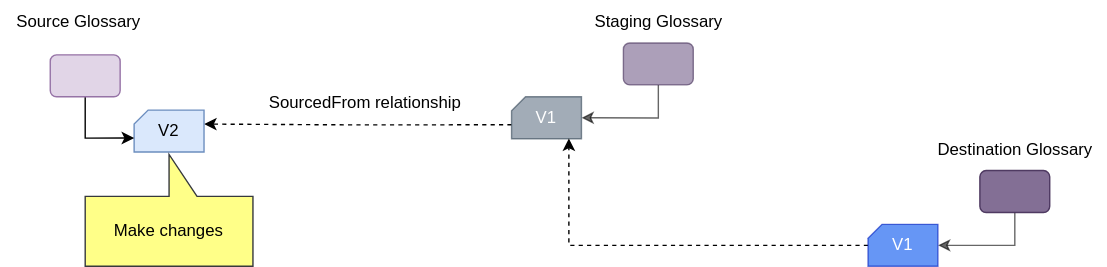
Earlier version of the draw.io export site/docs/services/omvs/glossary-workflow/rolling-staging-glossary-4.svg (odpi/egeria-docs). Source tidied: cells renumbered, new cells last; positions are measured from the earlier drawing's top-left corner, leaving out a move shared by most shapes. The source it was exported from:
```xml
<mxGraphModel>
  <root>
    <mxCell id="0" />
    <mxCell id="1" parent="0" />
    <mxCell id="2" style="edgeStyle=orthogonalEdgeStyle;rounded=0;jettySize=auto;html=1;exitX=0.5;exitY=1;exitDx=0;exitDy=0;entryX=1;entryY=0.5;entryDx=0;entryDy=0;entryPerimeter=0;opacity=60;" parent="1" edge="1" source="3" target="5">
      <mxGeometry relative="1" as="geometry" />
    </mxCell>
    <mxCell id="3" style="rounded=1;whiteSpace=wrap;html=1;fillColor=#76608a;fontColor=#ffffff;strokeColor=#432D57;opacity=60;" parent="1" vertex="1">
      <mxGeometry x="445" y="30.2" width="50" height="30" as="geometry" />
    </mxCell>
    <mxCell id="4" style="edgeStyle=orthogonalEdgeStyle;rounded=0;jettySize=auto;html=1;exitX=0;exitY=0;exitDx=0;exitDy=20;exitPerimeter=0;dashed=1;" parent="1" edge="1" source="5">
      <mxGeometry relative="1" as="geometry">
        <mxPoint x="145" y="88.2" as="targetPoint" />
      </mxGeometry>
    </mxCell>
    <mxCell id="5" value="V1" style="shape=card;whiteSpace=wrap;html=1;size=10;fillColor=#647687;strokeColor=#314354;fontColor=#ffffff;opacity=60;" parent="1" vertex="1">
      <mxGeometry x="365" y="68.8" width="50" height="30" as="geometry" />
    </mxCell>
    <mxCell id="6" value="V2" style="shape=card;whiteSpace=wrap;html=1;size=10;fillColor=#dae8fc;strokeColor=#6c8ebf;" parent="1" vertex="1">
      <mxGeometry x="95" y="78.2" width="50" height="30" as="geometry" />
    </mxCell>
    <mxCell id="7" style="edgeStyle=orthogonalEdgeStyle;rounded=0;jettySize=auto;html=1;exitX=0.5;exitY=1;exitDx=0;exitDy=0;entryX=0;entryY=0;entryDx=0;entryDy=20;entryPerimeter=0;" parent="1" edge="1" source="8" target="6">
      <mxGeometry relative="1" as="geometry" />
    </mxCell>
    <mxCell id="8" style="rounded=1;whiteSpace=wrap;html=1;fillColor=#e1d5e7;strokeColor=#9673a6;" parent="1" vertex="1">
      <mxGeometry x="35" y="38.8" width="50" height="30" as="geometry" />
    </mxCell>
    <mxCell id="9" value="Source Glossary" style="text;html=1;align=center;verticalAlign=middle;strokeColor=none;fillColor=none;" parent="1" vertex="1">
      <mxGeometry y="0.2" width="110" height="30" as="geometry" />
    </mxCell>
    <mxCell id="10" value="Staging Glossary" style="text;html=1;align=center;verticalAlign=middle;strokeColor=none;fillColor=none;" parent="1" vertex="1">
      <mxGeometry x="415" y="0.2" width="110" height="30" as="geometry" />
    </mxCell>
    <mxCell id="11" value="SourcedFrom relationship" style="text;html=1;align=center;verticalAlign=middle;strokeColor=none;fillColor=none;" parent="1" vertex="1">
      <mxGeometry x="180" y="58.2" width="160" height="30" as="geometry" />
    </mxCell>
    <mxCell id="12" style="edgeStyle=orthogonalEdgeStyle;rounded=0;jettySize=auto;html=1;exitX=0.5;exitY=1;exitDx=0;exitDy=0;entryX=1;entryY=0.5;entryDx=0;entryDy=0;entryPerimeter=0;opacity=60;" parent="1" edge="1" source="13" target="15">
      <mxGeometry relative="1" as="geometry" />
    </mxCell>
    <mxCell id="13" style="rounded=1;whiteSpace=wrap;html=1;fillColor=#76608a;fontColor=#ffffff;strokeColor=#432D57;opacity=90;" parent="1" vertex="1">
      <mxGeometry x="700" y="121.5" width="50" height="30" as="geometry" />
    </mxCell>
    <mxCell id="14" style="edgeStyle=orthogonalEdgeStyle;rounded=0;jettySize=auto;html=1;dashed=1;entryX=0.82;entryY=0.992;entryDx=0;entryDy=0;entryPerimeter=0;" parent="1" edge="1" source="15" target="5">
      <mxGeometry relative="1" as="geometry" />
    </mxCell>
    <mxCell id="15" value="V1" style="shape=card;whiteSpace=wrap;html=1;size=10;fillColor=#0050ef;strokeColor=#001DBC;fontColor=#ffffff;opacity=60;" parent="1" vertex="1">
      <mxGeometry x="620" y="160" width="50" height="30" as="geometry" />
    </mxCell>
    <mxCell id="16" value="Destination Glossary" style="text;html=1;align=center;verticalAlign=middle;strokeColor=none;fillColor=none;" parent="1" vertex="1">
      <mxGeometry x="660" y="91.5" width="130" height="30" as="geometry" />
    </mxCell>
    <mxCell id="17" value="Make changes" style="shape=callout;whiteSpace=wrap;html=1;perimeter=calloutPerimeter;fillColor=#ffff88;strokeColor=#36393d;flipV=1;" parent="1" vertex="1">
      <mxGeometry x="60" y="110" width="120" height="80" as="geometry" />
    </mxCell>
  </root>
</mxGraphModel>
```
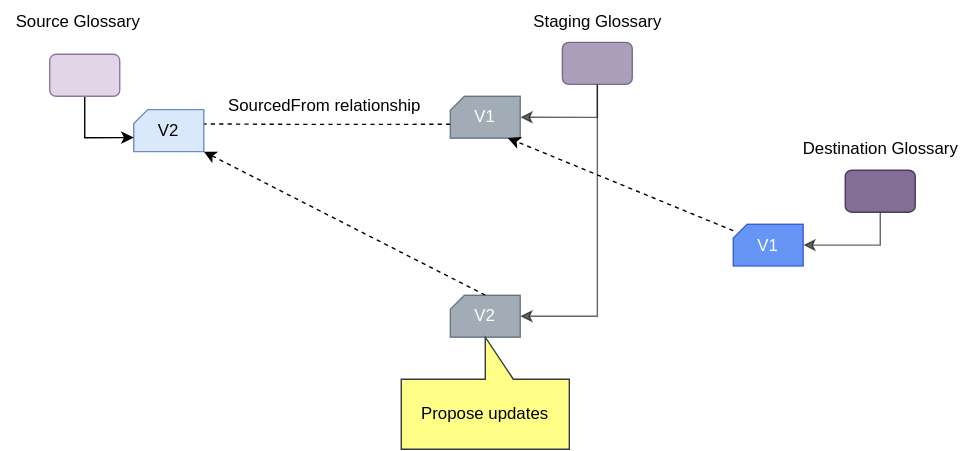
After the change.

Change to the diagram source:
```diff
@@ -6,51 +6,60 @@
       <mxGeometry relative="1" as="geometry" />
     </mxCell>
     <mxCell id="3" style="rounded=1;whiteSpace=wrap;html=1;fillColor=#76608a;fontColor=#ffffff;strokeColor=#432D57;opacity=60;" parent="1" vertex="1">
-      <mxGeometry x="445" y="30.2" width="50" height="30" as="geometry" />
+      <mxGeometry x="445" y="418.8" width="50" height="30" as="geometry" />
     </mxCell>
     <mxCell id="4" style="edgeStyle=orthogonalEdgeStyle;rounded=0;jettySize=auto;html=1;exitX=0;exitY=0;exitDx=0;exitDy=20;exitPerimeter=0;dashed=1;" parent="1" edge="1" source="5">
       <mxGeometry relative="1" as="geometry">
-        <mxPoint x="145" y="88.2" as="targetPoint" />
+        <mxPoint x="145" y="476.8" as="targetPoint" />
       </mxGeometry>
     </mxCell>
     <mxCell id="5" value="V1" style="shape=card;whiteSpace=wrap;html=1;size=10;fillColor=#647687;strokeColor=#314354;fontColor=#ffffff;opacity=60;" parent="1" vertex="1">
-      <mxGeometry x="365" y="68.8" width="50" height="30" as="geometry" />
+      <mxGeometry x="365" y="457.2" width="50" height="30" as="geometry" />
     </mxCell>
     <mxCell id="6" value="V2" style="shape=card;whiteSpace=wrap;html=1;size=10;fillColor=#dae8fc;strokeColor=#6c8ebf;" parent="1" vertex="1">
-      <mxGeometry x="95" y="78.2" width="50" height="30" as="geometry" />
+      <mxGeometry x="139" y="466.8" width="50" height="30" as="geometry" />
     </mxCell>
     <mxCell id="7" style="edgeStyle=orthogonalEdgeStyle;rounded=0;jettySize=auto;html=1;exitX=0.5;exitY=1;exitDx=0;exitDy=0;entryX=0;entryY=0;entryDx=0;entryDy=20;entryPerimeter=0;" parent="1" edge="1" source="8" target="6">
       <mxGeometry relative="1" as="geometry" />
     </mxCell>
     <mxCell id="8" style="rounded=1;whiteSpace=wrap;html=1;fillColor=#e1d5e7;strokeColor=#9673a6;" parent="1" vertex="1">
-      <mxGeometry x="35" y="38.8" width="50" height="30" as="geometry" />
+      <mxGeometry x="79" y="427.2" width="50" height="30" as="geometry" />
     </mxCell>
     <mxCell id="9" value="Source Glossary" style="text;html=1;align=center;verticalAlign=middle;strokeColor=none;fillColor=none;" parent="1" vertex="1">
-      <mxGeometry y="0.2" width="110" height="30" as="geometry" />
+      <mxGeometry x="44" y="388.8" width="110" height="30" as="geometry" />
     </mxCell>
     <mxCell id="10" value="Staging Glossary" style="text;html=1;align=center;verticalAlign=middle;strokeColor=none;fillColor=none;" parent="1" vertex="1">
-      <mxGeometry x="415" y="0.2" width="110" height="30" as="geometry" />
+      <mxGeometry x="415" y="388.8" width="110" height="30" as="geometry" />
     </mxCell>
     <mxCell id="11" value="SourcedFrom relationship" style="text;html=1;align=center;verticalAlign=middle;strokeColor=none;fillColor=none;" parent="1" vertex="1">
-      <mxGeometry x="180" y="58.2" width="160" height="30" as="geometry" />
+      <mxGeometry x="195" y="448.8" width="160" height="30" as="geometry" />
     </mxCell>
     <mxCell id="12" style="edgeStyle=orthogonalEdgeStyle;rounded=0;jettySize=auto;html=1;exitX=0.5;exitY=1;exitDx=0;exitDy=0;entryX=1;entryY=0.5;entryDx=0;entryDy=0;entryPerimeter=0;opacity=60;" parent="1" edge="1" source="13" target="15">
       <mxGeometry relative="1" as="geometry" />
     </mxCell>
     <mxCell id="13" style="rounded=1;whiteSpace=wrap;html=1;fillColor=#76608a;fontColor=#ffffff;strokeColor=#432D57;opacity=90;" parent="1" vertex="1">
-      <mxGeometry x="700" y="121.5" width="50" height="30" as="geometry" />
+      <mxGeometry x="647" y="510" width="50" height="30" as="geometry" />
     </mxCell>
-    <mxCell id="14" style="edgeStyle=orthogonalEdgeStyle;rounded=0;jettySize=auto;html=1;dashed=1;entryX=0.82;entryY=0.992;entryDx=0;entryDy=0;entryPerimeter=0;" parent="1" edge="1" source="15" target="5">
+    <mxCell id="14" style="rounded=0;jettySize=auto;html=1;dashed=1;entryX=0.82;entryY=0.992;entryDx=0;entryDy=0;entryPerimeter=0;" parent="1" edge="1" source="15" target="5">
       <mxGeometry relative="1" as="geometry" />
     </mxCell>
     <mxCell id="15" value="V1" style="shape=card;whiteSpace=wrap;html=1;size=10;fillColor=#0050ef;strokeColor=#001DBC;fontColor=#ffffff;opacity=60;" parent="1" vertex="1">
-      <mxGeometry x="620" y="160" width="50" height="30" as="geometry" />
+      <mxGeometry x="567" y="548.5" width="50" height="30" as="geometry" />
     </mxCell>
     <mxCell id="16" value="Destination Glossary" style="text;html=1;align=center;verticalAlign=middle;strokeColor=none;fillColor=none;" parent="1" vertex="1">
-      <mxGeometry x="660" y="91.5" width="130" height="30" as="geometry" />
+      <mxGeometry x="607" y="480" width="130" height="30" as="geometry" />
     </mxCell>
-    <mxCell id="17" value="Make changes" style="shape=callout;whiteSpace=wrap;html=1;perimeter=calloutPerimeter;fillColor=#ffff88;strokeColor=#36393d;flipV=1;" parent="1" vertex="1">
-      <mxGeometry x="60" y="110" width="120" height="80" as="geometry" />
+    <mxCell id="17" value="Propose updates" style="shape=callout;whiteSpace=wrap;html=1;perimeter=calloutPerimeter;fillColor=#ffff88;strokeColor=#36393d;flipV=1;" parent="1" vertex="1">
+      <mxGeometry x="330" y="629.2" width="120" height="80" as="geometry" />
     </mxCell>
+    <mxCell id="18" style="edgeStyle=orthogonalEdgeStyle;rounded=0;jettySize=auto;html=1;exitX=0.5;exitY=1;exitDx=0;exitDy=0;entryX=1;entryY=0.5;entryDx=0;entryDy=0;entryPerimeter=0;opacity=60;" parent="1" edge="1" source="3" target="20">
+      <mxGeometry relative="1" as="geometry" />
+    </mxCell>
+    <mxCell id="19" style="rounded=0;jettySize=auto;html=1;exitX=0.5;exitY=0;exitDx=0;exitDy=0;exitPerimeter=0;dashed=1;entryX=1;entryY=1;entryDx=0;entryDy=0;entryPerimeter=0;" parent="1" edge="1" source="20" target="6">
+      <mxGeometry relative="1" as="geometry" />
+    </mxCell>
+    <mxCell id="20" value="V2" style="shape=card;whiteSpace=wrap;html=1;size=10;fillColor=#647687;strokeColor=#314354;fontColor=#ffffff;opacity=60;" parent="1" vertex="1">
+      <mxGeometry x="365" y="599.2" width="50" height="30" as="geometry" />
+    </mxCell>
   </root>
 </mxGraphModel>
```
